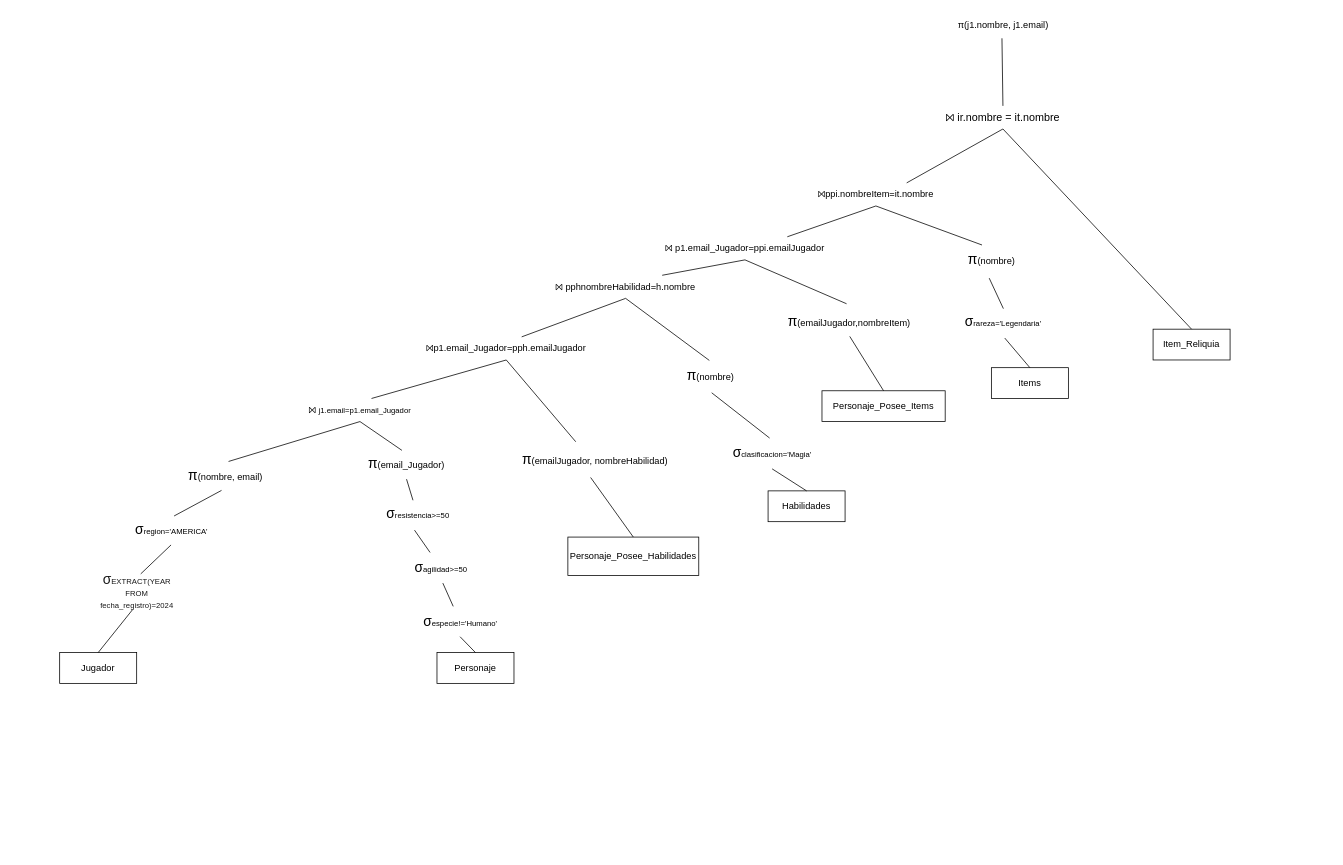
MartinAlonsoo/Obligatorio1BD2 keeps this draw.io diagram as Parte 3.4.drawio. Above is the earlier version. Source tidied: cells renumbered, new cells numbered last; positions are measured from the earlier drawing's top-left corner, leaving out a move shared by most shapes. Both pictures are drawn from the tidied source at 77%, with x=0, y=0 at pixel (44, 13).
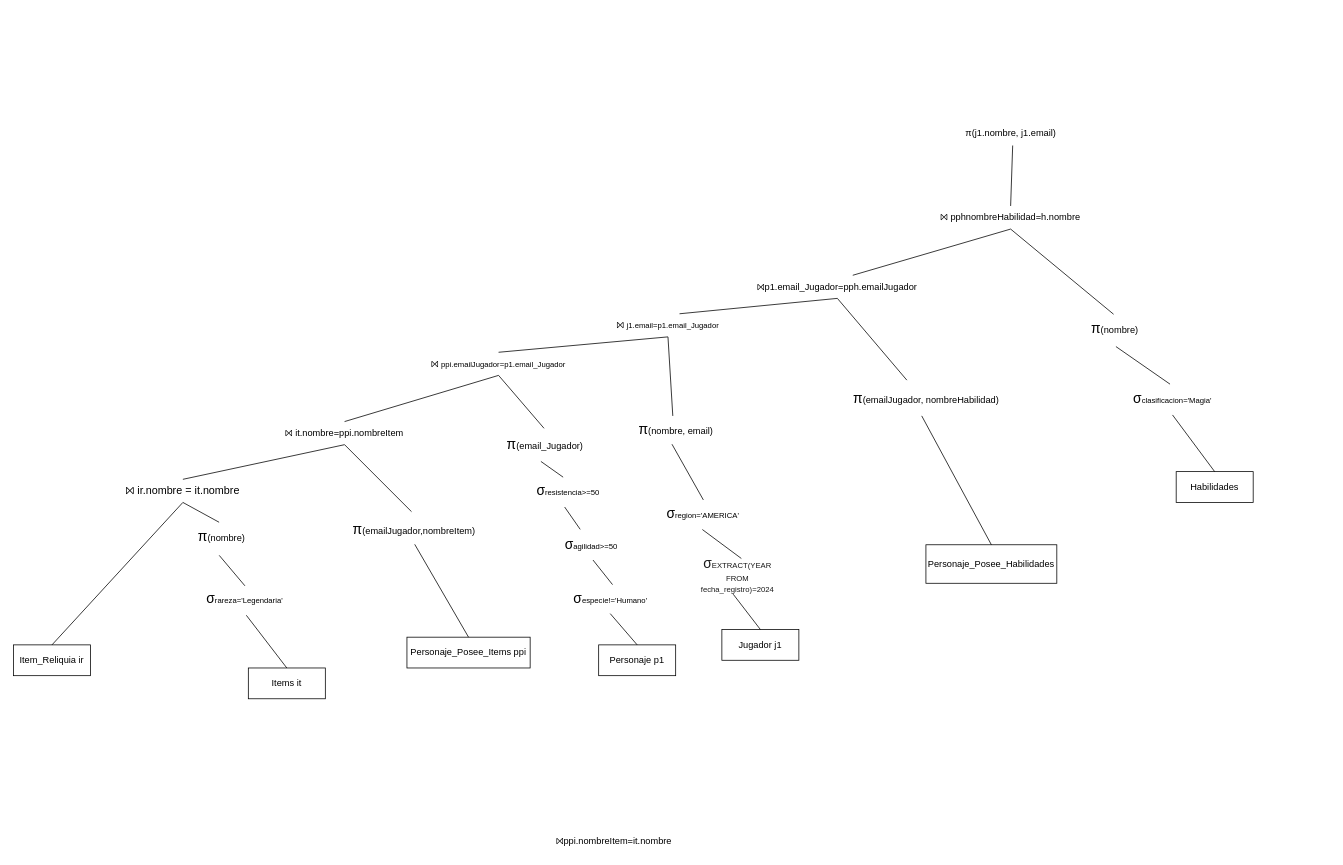
The same diagram, later.

Commit message:
actualizacion de plan logico

Change to the diagram source:
```diff
@@
-    <mxCell id="2" value="Jugador" style="whiteSpace=wrap;html=1;align=center;" parent="1" vertex="1">
-      <mxGeometry x="20" y="830" width="100" height="40" as="geometry" />
+    <mxCell id="2" value="Jugador j1" style="whiteSpace=wrap;html=1;align=center;" parent="1" vertex="1">
+      <mxGeometry x="880" y="800" width="100" height="40" as="geometry" />
     </mxCell>
-    <mxCell id="3" value="Personaje" style="whiteSpace=wrap;html=1;align=center;" parent="1" vertex="1">
-      <mxGeometry x="510" y="830" width="100" height="40" as="geometry" />
+    <mxCell id="3" value="Personaje p1" style="whiteSpace=wrap;html=1;align=center;" parent="1" vertex="1">
+      <mxGeometry x="720" y="820" width="100" height="40" as="geometry" />
     </mxCell>
     <mxCell id="4" value="Personaje_Posee_Habilidades" style="whiteSpace=wrap;html=1;align=center;" parent="1" vertex="1">
-      <mxGeometry x="680" y="680" width="170" height="50" as="geometry" />
+      <mxGeometry x="1145" y="690" width="170" height="50" as="geometry" />
     </mxCell>
     <mxCell id="5" value="Habilidades" style="whiteSpace=wrap;html=1;align=center;" parent="1" vertex="1">
-      <mxGeometry x="940" y="620" width="100" height="40" as="geometry" />
+      <mxGeometry x="1470" y="595" width="100" height="40" as="geometry" />
     </mxCell>
-    <mxCell id="6" value="Personaje_Posee_Items" style="whiteSpace=wrap;html=1;align=center;" parent="1" vertex="1">
-      <mxGeometry x="1010" y="490" width="160" height="40" as="geometry" />
+    <mxCell id="6" value="Personaje_Posee_Items ppi" style="whiteSpace=wrap;html=1;align=center;" parent="1" vertex="1">
+      <mxGeometry x="471" y="810" width="160" height="40" as="geometry" />
     </mxCell>
-    <mxCell id="7" value="Items" style="whiteSpace=wrap;html=1;align=center;" parent="1" vertex="1">
-      <mxGeometry x="1230" y="460" width="100" height="40" as="geometry" />
+    <mxCell id="7" value="Items it" style="whiteSpace=wrap;html=1;align=center;" parent="1" vertex="1">
+      <mxGeometry x="265" y="850" width="100" height="40" as="geometry" />
     </mxCell>
-    <mxCell id="8" value="Item_Reliquia" style="whiteSpace=wrap;html=1;align=center;" parent="1" vertex="1">
-      <mxGeometry x="1440" y="410" width="100" height="40" as="geometry" />
+    <mxCell id="8" value="Item_Reliquia ir" style="whiteSpace=wrap;html=1;align=center;" parent="1" vertex="1">
+      <mxGeometry x="-40" y="820" width="100" height="40" as="geometry" />
     </mxCell>
     <mxCell id="9" value="⨝&amp;nbsp;&lt;font size=&quot;1&quot;&gt;j1.email=p1.email_Jugador&lt;/font&gt;" style="text;html=1;align=center;verticalAlign=middle;whiteSpace=wrap;rounded=0;" parent="1" vertex="1">
-      <mxGeometry x="380" y="500" width="60" height="30" as="geometry" />
+      <mxGeometry x="780" y="390" width="60" height="30" as="geometry" />
     </mxCell>
@@
     <mxCell id="11" value="⨝p1.email_Jugador=pph.emailJugador" style="text;html=1;align=center;verticalAlign=middle;whiteSpace=wrap;rounded=0;" parent="1" vertex="1">
-      <mxGeometry x="560" y="420" width="80" height="30" as="geometry" />
+      <mxGeometry x="990" y="340" width="80" height="30" as="geometry" />
     </mxCell>
@@
     <mxCell id="13" value="⨝ pphnombreHabilidad=h.nombre" style="text;html=1;align=center;verticalAlign=middle;whiteSpace=wrap;rounded=0;" parent="1" vertex="1">
-      <mxGeometry x="660" y="340" width="190" height="30" as="geometry" />
+      <mxGeometry x="1160" y="250" width="190" height="30" as="geometry" />
     </mxCell>
-    <mxCell id="14" style="endArrow=none;html=1;rounded=0;exitX=0.75;exitY=0;exitDx=0;exitDy=0;entryX=0.5;entryY=1;entryDx=0;entryDy=0;" parent="1" edge="1" source="13" target="15">
-      <mxGeometry relative="1" as="geometry" />
-    </mxCell>
-    <mxCell id="15" value="⨝ p1.email_Jugador=ppi.emailJugador" style="text;html=1;align=center;verticalAlign=middle;whiteSpace=wrap;rounded=0;" parent="1" vertex="1">
-      <mxGeometry x="800" y="290" width="220" height="30" as="geometry" />
+    <mxCell id="15" value="⨝ it.nombre=ppi.nombreItem" style="text;html=1;align=center;verticalAlign=middle;whiteSpace=wrap;rounded=0;" parent="1" vertex="1">
+      <mxGeometry x="280" y="530" width="220" height="30" as="geometry" />
     </mxCell>
-    <mxCell id="16" style="endArrow=none;html=1;rounded=0;exitX=0.75;exitY=0;exitDx=0;exitDy=0;entryX=0.5;entryY=1;entryDx=0;entryDy=0;" parent="1" edge="1" source="15" target="17">
-      <mxGeometry relative="1" as="geometry" />
-    </mxCell>
     <mxCell id="17" value="⨝ppi.nombreItem=it.nombre" style="text;html=1;align=center;verticalAlign=middle;whiteSpace=wrap;rounded=0;" parent="1" vertex="1">
-      <mxGeometry x="1000" y="220" width="160" height="30" as="geometry" />
+      <mxGeometry x="660" y="1060" width="160" height="30" as="geometry" />
     </mxCell>
-    <mxCell id="18" style="endArrow=none;html=1;rounded=0;exitX=0.75;exitY=0;exitDx=0;exitDy=0;entryX=0.5;entryY=1;entryDx=0;entryDy=0;" parent="1" edge="1" source="17" target="20">
+    <mxCell id="18" style="endArrow=none;html=1;rounded=0;entryX=0.5;entryY=1;entryDx=0;entryDy=0;exitX=0.463;exitY=0.019;exitDx=0;exitDy=0;exitPerimeter=0;" parent="1" edge="1" source="52" target="20">
       <mxGeometry relative="1" as="geometry" />
     </mxCell>
@@
     <mxCell id="20" value="&lt;font style=&quot;&quot;&gt;&lt;span style=&quot;background-color: transparent;&quot;&gt;&lt;span style=&quot;font-size: 14px;&quot;&gt;⨝ ir.nombre = it.nombre&lt;/span&gt;&lt;/span&gt;&lt;/font&gt;" style="text;html=1;align=center;verticalAlign=middle;whiteSpace=wrap;rounded=0;" parent="1" vertex="1">
-      <mxGeometry x="820" y="120" width="850" height="30" as="geometry" />
+      <mxGeometry x="95" y="605" width="170" height="30" as="geometry" />
     </mxCell>
-    <mxCell id="21" style="endArrow=none;html=1;rounded=0;exitX=0.5;exitY=0;exitDx=0;exitDy=0;entryX=0.491;entryY=1.074;entryDx=0;entryDy=0;entryPerimeter=0;" parent="1" edge="1" source="20" target="22">
+    <mxCell id="21" style="endArrow=none;html=1;rounded=0;exitX=0.5;exitY=0;exitDx=0;exitDy=0;entryX=0.5;entryY=1;entryDx=0;entryDy=0;" parent="1" edge="1" source="20" target="15">
       <mxGeometry relative="1" as="geometry" />
     </mxCell>
     <mxCell id="22" value="π(j1.nombre, j1.email)" style="text;html=1;align=center;verticalAlign=middle;points=[];strokeColor=none;fillColor=none;" parent="1" vertex="1">
-      <mxGeometry x="1175" width="140" height="30" as="geometry" />
+      <mxGeometry x="1185" y="140" width="140" height="30" as="geometry" />
     </mxCell>
     <mxCell id="23" value="&lt;span style=&quot;font-family: &amp;quot;Google Sans&amp;quot;, Arial, sans-serif; text-align: start; text-wrap-mode: wrap;&quot;&gt;&lt;font style=&quot;color: light-dark(rgb(26, 26, 26), rgb(255, 255, 255));&quot;&gt;&lt;span style=&quot;font-size: 18px;&quot;&gt;σ&lt;/span&gt;&lt;font style=&quot;line-height: 150%;&quot; size=&quot;1&quot;&gt;EXTRACT(YEAR FROM fecha_registro)=2024&lt;/font&gt;&lt;/font&gt;&lt;/span&gt;" style="text;html=1;align=center;verticalAlign=middle;points=[];strokeColor=none;fillColor=none;" parent="1" vertex="1">
-      <mxGeometry y="730" width="240" height="40" as="geometry" />
+      <mxGeometry x="780" y="710" width="240" height="40" as="geometry" />
     </mxCell>
@@
     <mxCell id="25" value="&lt;span style=&quot;font-family: &amp;quot;Google Sans&amp;quot;, Arial, sans-serif; text-align: start; text-wrap-mode: wrap; font-size: 18px;&quot;&gt;σ&lt;/span&gt;&lt;font style=&quot;font-family: &amp;quot;Google Sans&amp;quot;, Arial, sans-serif; text-align: start; text-wrap-mode: wrap; line-height: 15px;&quot; size=&quot;1&quot;&gt;region='AMERICA'&lt;/font&gt;" style="text;html=1;align=center;verticalAlign=middle;points=[];strokeColor=none;fillColor=none;" parent="1" vertex="1">
-      <mxGeometry x="105" y="650" width="120" height="40" as="geometry" />
+      <mxGeometry x="795" y="630" width="120" height="40" as="geometry" />
     </mxCell>
@@
     <mxCell id="27" value="&lt;font style=&quot;font-size: 18px;&quot;&gt;π&lt;/font&gt;(nombre, email)" style="text;html=1;align=center;verticalAlign=middle;points=[];strokeColor=none;fillColor=none;" parent="1" vertex="1">
-      <mxGeometry x="175" y="580" width="120" height="40" as="geometry" />
+      <mxGeometry x="760" y="520" width="120" height="40" as="geometry" />
     </mxCell>
-    <mxCell id="28" style="endArrow=none;html=1;rounded=0;exitX=0.46;exitY=0.985;exitDx=0;exitDy=0;exitPerimeter=0;entryX=0.53;entryY=0.065;entryDx=0;entryDy=0;entryPerimeter=0;" parent="1" edge="1" source="27" target="25">
+    <mxCell id="28" style="endArrow=none;html=1;rounded=0;exitX=0.46;exitY=0.985;exitDx=0;exitDy=0;exitPerimeter=0;entryX=0.508;entryY=0.044;entryDx=0;entryDy=0;entryPerimeter=0;" parent="1" edge="1" source="27" target="25">
       <mxGeometry relative="1" as="geometry" />
     </mxCell>
-    <mxCell id="29" style="endArrow=none;html=1;rounded=0;entryX=0.5;entryY=1;entryDx=0;entryDy=0;exitX=0.536;exitY=0.045;exitDx=0;exitDy=0;exitPerimeter=0;" parent="1" edge="1" source="27" target="9">
-      <mxGeometry relative="1" as="geometry" />
-    </mxCell>
     <mxCell id="30" value="&lt;span style=&quot;font-family: &amp;quot;Google Sans&amp;quot;, Arial, sans-serif; text-align: start; text-wrap-mode: wrap; font-size: 18px;&quot;&gt;σ&lt;/span&gt;&lt;font style=&quot;font-family: &amp;quot;Google Sans&amp;quot;, Arial, sans-serif; text-align: start; text-wrap-mode: wrap; line-height: 15px;&quot; size=&quot;1&quot;&gt;especie!='Humano'&lt;/font&gt;" style="text;html=1;align=center;verticalAlign=middle;points=[];strokeColor=none;fillColor=none;" parent="1" vertex="1">
-      <mxGeometry x="480" y="770" width="120" height="40" as="geometry" />
+      <mxGeometry x="675" y="740" width="120" height="40" as="geometry" />
     </mxCell>
@@
     <mxCell id="32" value="&lt;span style=&quot;font-family: &amp;quot;Google Sans&amp;quot;, Arial, sans-serif; text-align: start; text-wrap-mode: wrap; font-size: 18px;&quot;&gt;σ&lt;/span&gt;&lt;font style=&quot;font-family: &amp;quot;Google Sans&amp;quot;, Arial, sans-serif; text-align: start; text-wrap-mode: wrap; line-height: 15px;&quot; size=&quot;1&quot;&gt;agilidad&amp;gt;=50&lt;/font&gt;" style="text;html=1;align=center;verticalAlign=middle;points=[];strokeColor=none;fillColor=none;" parent="1" vertex="1">
-      <mxGeometry x="470" y="700" width="90" height="40" as="geometry" />
+      <mxGeometry x="665" y="670" width="90" height="40" as="geometry" />
     </mxCell>
     <mxCell id="33" value="&lt;span style=&quot;font-family: &amp;quot;Google Sans&amp;quot;, Arial, sans-serif; text-align: start; text-wrap-mode: wrap; font-size: 18px;&quot;&gt;σ&lt;/span&gt;&lt;font style=&quot;font-family: &amp;quot;Google Sans&amp;quot;, Arial, sans-serif; text-align: start; text-wrap-mode: wrap; line-height: 15px;&quot; size=&quot;1&quot;&gt;resistencia&amp;gt;=50&lt;/font&gt;" style="text;html=1;align=center;verticalAlign=middle;points=[];strokeColor=none;fillColor=none;" parent="1" vertex="1">
-      <mxGeometry x="430" y="630" width="110" height="40" as="geometry" />
+      <mxGeometry x="625" y="600" width="110" height="40" as="geometry" />
     </mxCell>
-    <mxCell id="34" style="endArrow=none;html=1;rounded=0;entryX=0.529;entryY=0.995;entryDx=0;entryDy=0;entryPerimeter=0;" parent="1" edge="1" source="30" target="32">
+    <mxCell id="34" style="endArrow=none;html=1;rounded=0;entryX=0.529;entryY=0.995;entryDx=0;entryDy=0;entryPerimeter=0;exitX=0.525;exitY=0.044;exitDx=0;exitDy=0;exitPerimeter=0;" parent="1" edge="1" source="30" target="32">
       <mxGeometry relative="1" as="geometry" />
     </mxCell>
@@
     <mxCell id="36" value="&lt;font style=&quot;font-size: 18px;&quot;&gt;π&lt;/font&gt;(email_Jugador)" style="text;html=1;align=center;verticalAlign=middle;points=[];strokeColor=none;fillColor=none;" parent="1" vertex="1">
-      <mxGeometry x="410" y="565" width="120" height="40" as="geometry" />
+      <mxGeometry x="590" y="540" width="120" height="40" as="geometry" />
     </mxCell>
-    <mxCell id="37" style="endArrow=none;html=1;rounded=0;exitX=0.444;exitY=0.055;exitDx=0;exitDy=0;exitPerimeter=0;entryX=0.504;entryY=0.995;entryDx=0;entryDy=0;entryPerimeter=0;" parent="1" edge="1" source="33" target="36">
+    <mxCell id="37" style="endArrow=none;html=1;rounded=0;exitX=0.444;exitY=0.055;exitDx=0;exitDy=0;exitPerimeter=0;entryX=0.458;entryY=1.044;entryDx=0;entryDy=0;entryPerimeter=0;" parent="1" edge="1" source="33" target="36">
       <mxGeometry relative="1" as="geometry" />
     </mxCell>
-    <mxCell id="38" style="endArrow=none;html=1;rounded=0;exitX=0.5;exitY=1;exitDx=0;exitDy=0;entryX=0.454;entryY=0.06;entryDx=0;entryDy=0;entryPerimeter=0;" parent="1" edge="1" source="9" target="36">
-      <mxGeometry relative="1" as="geometry" />
-    </mxCell>
     <mxCell id="39" value="&lt;font style=&quot;font-size: 18px;&quot;&gt;π&lt;/font&gt;(emailJugador, nombreHabilidad)" style="text;html=1;align=center;verticalAlign=middle;points=[];strokeColor=none;fillColor=none;" parent="1" vertex="1">
-      <mxGeometry x="610" y="560" width="210" height="40" as="geometry" />
+      <mxGeometry x="1040" y="480" width="210" height="40" as="geometry" />
     </mxCell>
@@
     <mxCell id="42" value="&lt;span style=&quot;font-family: &amp;quot;Google Sans&amp;quot;, Arial, sans-serif; text-align: start; text-wrap-mode: wrap; font-size: 18px;&quot;&gt;σ&lt;/span&gt;&lt;font style=&quot;font-family: &amp;quot;Google Sans&amp;quot;, Arial, sans-serif; text-align: start; text-wrap-mode: wrap; line-height: 15px;&quot; size=&quot;1&quot;&gt;clasificacion='Magia'&lt;/font&gt;" style="text;html=1;align=center;verticalAlign=middle;points=[];strokeColor=none;fillColor=none;" parent="1" vertex="1">
-      <mxGeometry x="880" y="550" width="130" height="40" as="geometry" />
+      <mxGeometry x="1400" y="480" width="130" height="40" as="geometry" />
     </mxCell>
@@
     <mxCell id="44" value="&lt;font style=&quot;font-size: 18px;&quot;&gt;π&lt;/font&gt;(nombre)" style="text;html=1;align=center;verticalAlign=middle;points=[];strokeColor=none;fillColor=none;" parent="1" vertex="1">
-      <mxGeometry x="825" y="450" width="80" height="40" as="geometry" />
+      <mxGeometry x="1350" y="390" width="80" height="40" as="geometry" />
     </mxCell>
@@
     <mxCell id="47" value="&lt;font style=&quot;font-size: 18px;&quot;&gt;π&lt;/font&gt;(emailJugador,nombreItem)" style="text;html=1;align=center;verticalAlign=middle;points=[];strokeColor=none;fillColor=none;" parent="1" vertex="1">
-      <mxGeometry x="955" y="380" width="180" height="40" as="geometry" />
+      <mxGeometry x="390" y="650" width="180" height="40" as="geometry" />
     </mxCell>
@@
     <mxCell id="50" value="&lt;span style=&quot;font-family: &amp;quot;Google Sans&amp;quot;, Arial, sans-serif; text-align: start; text-wrap-mode: wrap; font-size: 18px;&quot;&gt;σ&lt;/span&gt;&lt;font style=&quot;font-family: &amp;quot;Google Sans&amp;quot;, Arial, sans-serif; text-align: start; text-wrap-mode: wrap; line-height: 15px;&quot; size=&quot;1&quot;&gt;rareza='Legendaria'&lt;/font&gt;" style="text;html=1;align=center;verticalAlign=middle;points=[];strokeColor=none;fillColor=none;" parent="1" vertex="1">
-      <mxGeometry x="1185" y="380" width="120" height="40" as="geometry" />
+      <mxGeometry x="200" y="740" width="120" height="40" as="geometry" />
     </mxCell>
@@
     <mxCell id="52" value="&lt;font style=&quot;font-size: 18px;&quot;&gt;π&lt;/font&gt;(nombre)" style="text;html=1;align=center;verticalAlign=middle;points=[];strokeColor=none;fillColor=none;" parent="1" vertex="1">
-      <mxGeometry x="1190" y="300" width="80" height="40" as="geometry" />
+      <mxGeometry x="190" y="660" width="80" height="40" as="geometry" />
     </mxCell>
@@
-    <mxCell id="54" style="endArrow=none;html=1;rounded=0;entryX=0.5;entryY=1;entryDx=0;entryDy=0;exitX=0.348;exitY=0.017;exitDx=0;exitDy=0;exitPerimeter=0;" parent="1" edge="1" source="52" target="17">
-      <mxGeometry relative="1" as="geometry" />
-    </mxCell>
+    <mxCell id="55" value="⨝&amp;nbsp;&lt;font size=&quot;1&quot;&gt;ppi.emailJugador=p1.email_Jugador&lt;/font&gt;" style="text;html=1;align=center;verticalAlign=middle;whiteSpace=wrap;rounded=0;" parent="1" vertex="1">
+      <mxGeometry x="520" y="440" width="140" height="30" as="geometry" />
+    </mxCell>
+    <mxCell id="56" style="endArrow=none;html=1;rounded=0;exitX=0.492;exitY=-0.031;exitDx=0;exitDy=0;exitPerimeter=0;entryX=0.5;entryY=1;entryDx=0;entryDy=0;" parent="1" edge="1" source="36" target="55">
+      <mxGeometry relative="1" as="geometry" />
+    </mxCell>
+    <mxCell id="57" style="endArrow=none;html=1;rounded=0;exitX=0.5;exitY=1;exitDx=0;exitDy=0;entryX=0.5;entryY=0;entryDx=0;entryDy=0;" parent="1" edge="1" source="55" target="15">
+      <mxGeometry relative="1" as="geometry" />
+    </mxCell>
+    <mxCell id="58" style="endArrow=none;html=1;rounded=0;exitX=0.5;exitY=1;exitDx=0;exitDy=0;entryX=0.469;entryY=0.067;entryDx=0;entryDy=0;entryPerimeter=0;" parent="1" edge="1" source="9" target="27">
+      <mxGeometry relative="1" as="geometry" />
+    </mxCell>
+    <mxCell id="59" style="endArrow=none;html=1;rounded=0;exitX=0.5;exitY=1;exitDx=0;exitDy=0;entryX=0.5;entryY=0;entryDx=0;entryDy=0;" parent="1" edge="1" source="9" target="55">
+      <mxGeometry relative="1" as="geometry" />
+    </mxCell>
+    <mxCell id="60" style="endArrow=none;html=1;rounded=0;exitX=0.5;exitY=0;exitDx=0;exitDy=0;entryX=0.519;entryY=1.049;entryDx=0;entryDy=0;entryPerimeter=0;" parent="1" edge="1" source="13" target="22">
+      <mxGeometry relative="1" as="geometry" />
+    </mxCell>
```
